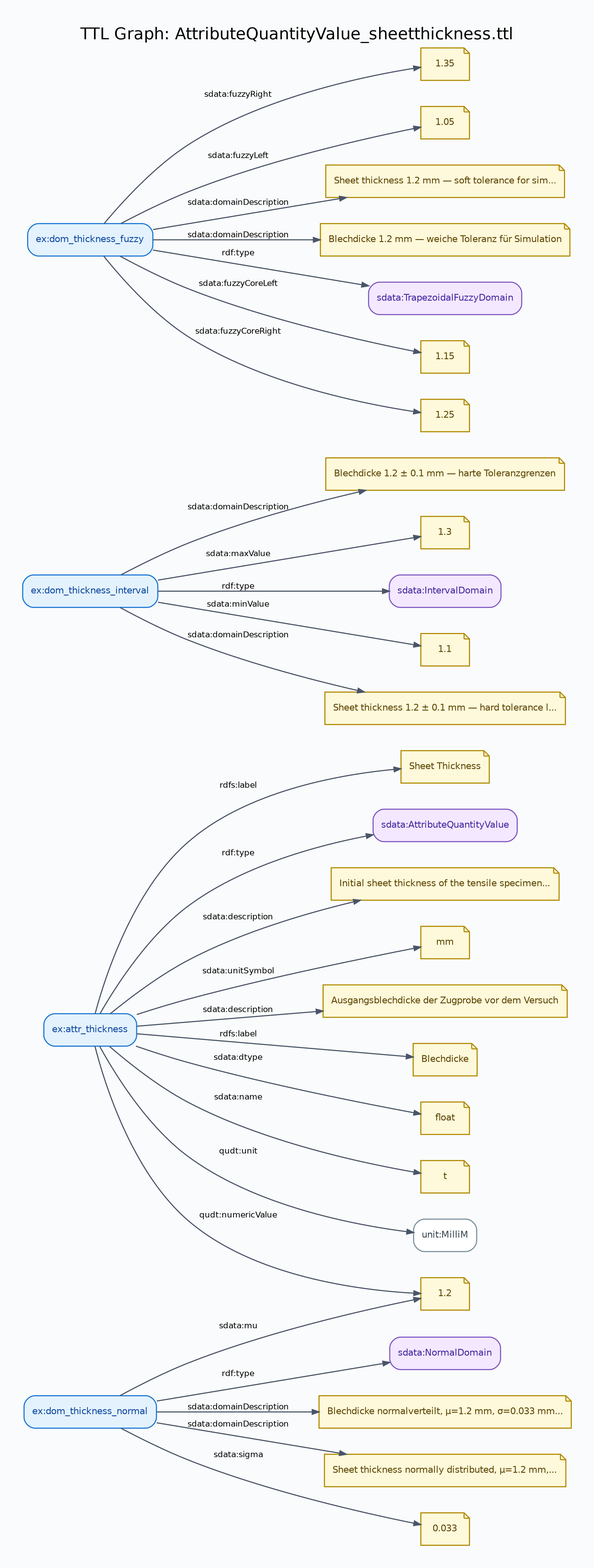
Before: docs/diagrams/AttributeQuantityValue_sheetthickness-graph.png, a diagram exported from Graphviz (lepy/sdata-ontology). Its source is kept beside it as docs/diagrams/AttributeQuantityValue_sheetthickness-graph.dot.
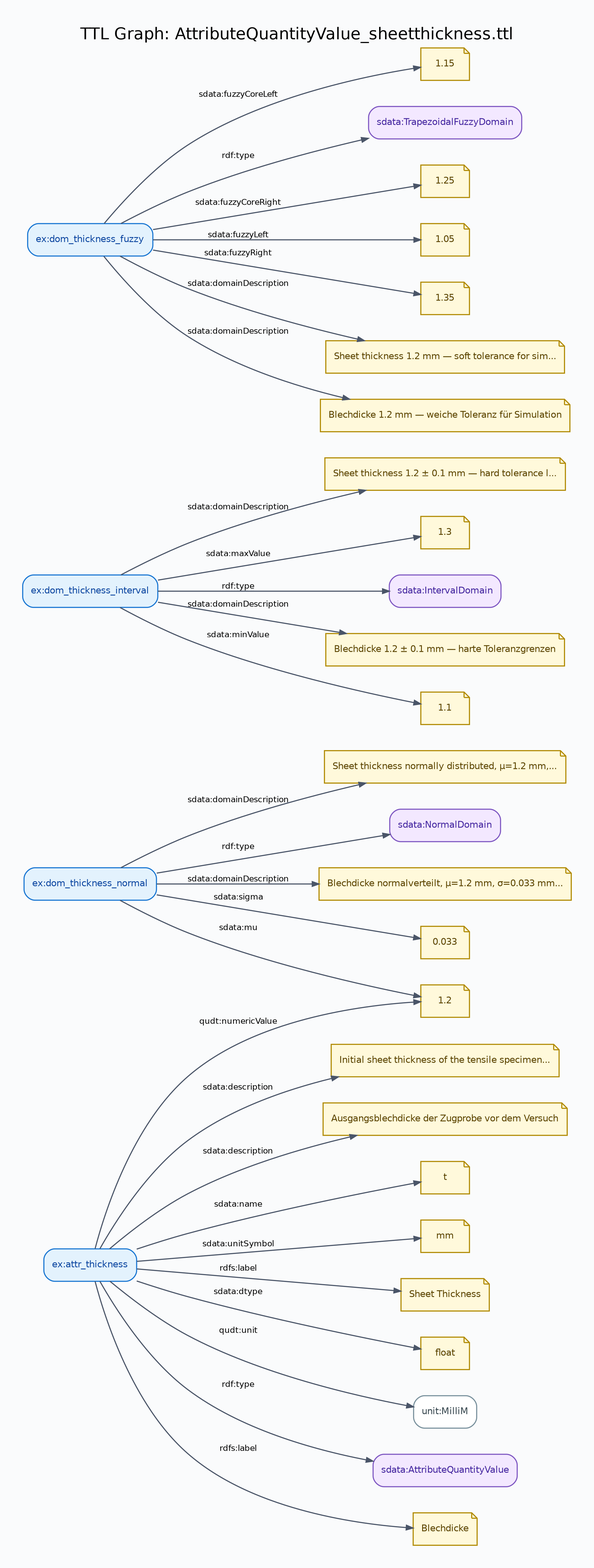
The same diagram one commit later.

What changed in the source:
```diff
@@ -26,78 +26,106 @@
 		fontsize=9,
 		penwidth=1.2
 	];
+	"uri::https://example.org/tensile-test/dom_thickness_normal"	[color="#1976D2",
+		fillcolor="#E3F2FD",
+		fontcolor="#0D47A1",
+		label="ex:dom_thickness_normal"];
+	"lit::1.2::http://www.w3.org/2001/XMLSchema#double::"	[color="#B08900",
+		fillcolor="#FFF9DB",
+		fontcolor="#5C4500",
+		label=1.2,
+		shape=note];
+	"uri::https://example.org/tensile-test/dom_thickness_normal" -> "lit::1.2::http://www.w3.org/2001/XMLSchema#double::"	[label="sdata:mu"];
+	"lit::Sheet thickness normally distributed, μ=1.2 mm, σ=0.033 mm (3σ=0.1 mm)::::en"	[color="#B08900",
+		fillcolor="#FFF9DB",
+		fontcolor="#5C4500",
+		label="Sheet thickness normally distributed, μ=1.2 mm,...",
+		shape=note];
+	"uri::https://example.org/tensile-test/dom_thickness_normal" -> "lit::Sheet thickness normally distributed, μ=1.2 mm, σ=0.033 mm (3σ=0.1 mm)::::en"	[label="sdata:domainDescription"];
+	"uri::https://w3id.org/sdata/core/NormalDomain"	[color="#7E57C2",
+		fillcolor="#F3E8FF",
+		fontcolor="#4527A0",
+		label="sdata:NormalDomain"];
+	"uri::https://example.org/tensile-test/dom_thickness_normal" -> "uri::https://w3id.org/sdata/core/NormalDomain"	[label="rdf:type"];
+	"lit::Blechdicke normalverteilt, μ=1.2 mm, σ=0.033 mm (3σ=0.1 mm)::::de"	[color="#B08900",
+		fillcolor="#FFF9DB",
+		fontcolor="#5C4500",
+		label="Blechdicke normalverteilt, μ=1.2 mm, σ=0.033 mm...",
+		shape=note];
+	"uri::https://example.org/tensile-test/dom_thickness_normal" -> "lit::Blechdicke normalverteilt, μ=1.2 mm, σ=0.033 mm (3σ=0.1 mm)::::de"	[label="sdata:domainDescription"];
+	"lit::0.033::http://www.w3.org/2001/XMLSchema#double::"	[color="#B08900",
+		fillcolor="#FFF9DB",
+		fontcolor="#5C4500",
+		label=0.033,
+		shape=note];
+	"uri::https://example.org/tensile-test/dom_thickness_normal" -> "lit::0.033::http://www.w3.org/2001/XMLSchema#double::"	[label="sdata:sigma"];
 	"uri::https://example.org/tensile-test/attr_thickness"	[color="#1976D2",
 		fillcolor="#E3F2FD",
 		fontcolor="#0D47A1",
 		label="ex:attr_thickness"];
+	"uri::https://example.org/tensile-test/attr_thickness" -> "lit::1.2::http://www.w3.org/2001/XMLSchema#double::"	[label="qudt:numericValue"];
+	"lit::float::::"	[color="#B08900",
+		fillcolor="#FFF9DB",
+		fontcolor="#5C4500",
+		label=float,
+		shape=note];
+	"uri::https://example.org/tensile-test/attr_thickness" -> "lit::float::::"	[label="sdata:dtype"];
+	"uri::http://qudt.org/vocab/unit/MilliM"	[color="#78909C",
+		fillcolor="#FFFFFF",
+		fontcolor="#37474F",
+		label="unit:MilliM"];
+	"uri::https://example.org/tensile-test/attr_thickness" -> "uri::http://qudt.org/vocab/unit/MilliM"	[label="qudt:unit"];
+	"uri::https://w3id.org/sdata/core/AttributeQuantityValue"	[color="#7E57C2",
+		fillcolor="#F3E8FF",
+		fontcolor="#4527A0",
+		label="sdata:AttributeQuantityValue"];
+	"uri::https://example.org/tensile-test/attr_thickness" -> "uri::https://w3id.org/sdata/core/AttributeQuantityValue"	[label="rdf:type"];
 	"lit::Blechdicke::::de"	[color="#B08900",
 		fillcolor="#FFF9DB",
 		fontcolor="#5C4500",
 		label=Blechdicke,
 		shape=note];
 	"uri::https://example.org/tensile-test/attr_thickness" -> "lit::Blechdicke::::de"	[label="rdfs:label"];
-	"lit::float::::"	[color="#B08900",
+	"lit::Initial sheet thickness of the tensile specimen before testing::::en"	[color="#B08900",
 		fillcolor="#FFF9DB",
 		fontcolor="#5C4500",
-		label=float,
+		label="Initial sheet thickness of the tensile specimen...",
 		shape=note];
-	"uri::https://example.org/tensile-test/attr_thickness" -> "lit::float::::"	[label="sdata:dtype"];
+	"uri::https://example.org/tensile-test/attr_thickness" -> "lit::Initial sheet thickness of the tensile specimen before testing::::en"	[label="sdata:description"];
+	"lit::Ausgangsblechdicke der Zugprobe vor dem Versuch::::de"	[color="#B08900",
+		fillcolor="#FFF9DB",
+		fontcolor="#5C4500",
+		label="Ausgangsblechdicke der Zugprobe vor dem Versuch",
+		shape=note];
+	"uri::https://example.org/tensile-test/attr_thickness" -> "lit::Ausgangsblechdicke der Zugprobe vor dem Versuch::::de"	[label="sdata:description"];
 	"lit::t::::"	[color="#B08900",
 		fillcolor="#FFF9DB",
 		fontcolor="#5C4500",
 		label=t,
 		shape=note];
 	"uri::https://example.org/tensile-test/attr_thickness" -> "lit::t::::"	[label="sdata:name"];
-	"lit::1.2::http://www.w3.org/2001/XMLSchema#double::"	[color="#B08900",
+	"lit::mm::::"	[color="#B08900",
 		fillcolor="#FFF9DB",
 		fontcolor="#5C4500",
-		label=1.2,
+		label=mm,
 		shape=note];
-	"uri::https://example.org/tensile-test/attr_thickness" -> "lit::1.2::http://www.w3.org/2001/XMLSchema#double::"	[label="qudt:numericValue"];
-	"uri::http://qudt.org/vocab/unit/MilliM"	[color="#78909C",
-		fillcolor="#FFFFFF",
-		fontcolor="#37474F",
-		label="unit:MilliM"];
-	"uri::https://example.org/tensile-test/attr_thickness" -> "uri::http://qudt.org/vocab/unit/MilliM"	[label="qudt:unit"];
+	"uri::https://example.org/tensile-test/attr_thickness" -> "lit::mm::::"	[label="sdata:unitSymbol"];
 	"lit::Sheet Thickness::::en"	[color="#B08900",
 		fillcolor="#FFF9DB",
 		fontcolor="#5C4500",
 		label="Sheet Thickness",
 		shape=note];
 	"uri::https://example.org/tensile-test/attr_thickness" -> "lit::Sheet Thickness::::en"	[label="rdfs:label"];
-	"uri::https://w3id.org/sdata/core/AttributeQuantityValue"	[color="#7E57C2",
-		fillcolor="#F3E8FF",
-		fontcolor="#4527A0",
-		label="sdata:AttributeQuantityValue"];
-	"uri::https://example.org/tensile-test/attr_thickness" -> "uri::https://w3id.org/sdata/core/AttributeQuantityValue"	[label="rdf:type"];
-	"lit::Initial sheet thickness of the tensile specimen before testing::::en"	[color="#B08900",
-		fillcolor="#FFF9DB",
-		fontcolor="#5C4500",
-		label="Initial sheet thickness of the tensile specimen...",
-		shape=note];
-	"uri::https://example.org/tensile-test/attr_thickness" -> "lit::Initial sheet thickness of the tensile specimen before testing::::en"	[label="sdata:description"];
-	"lit::mm::::"	[color="#B08900",
-		fillcolor="#FFF9DB",
-		fontcolor="#5C4500",
-		label=mm,
-		shape=note];
-	"uri::https://example.org/tensile-test/attr_thickness" -> "lit::mm::::"	[label="sdata:unitSymbol"];
-	"lit::Ausgangsblechdicke der Zugprobe vor dem Versuch::::de"	[color="#B08900",
-		fillcolor="#FFF9DB",
-		fontcolor="#5C4500",
-		label="Ausgangsblechdicke der Zugprobe vor dem Versuch",
-		shape=note];
-	"uri::https://example.org/tensile-test/attr_thickness" -> "lit::Ausgangsblechdicke der Zugprobe vor dem Versuch::::de"	[label="sdata:description"];
 	"uri::https://example.org/tensile-test/dom_thickness_interval"	[color="#1976D2",
 		fillcolor="#E3F2FD",
 		fontcolor="#0D47A1",
 		label="ex:dom_thickness_interval"];
-	"lit::Blechdicke 1.2 ± 0.1 mm — harte Toleranzgrenzen::::de"	[color="#B08900",
+	"lit::Sheet thickness 1.2 ± 0.1 mm — hard tolerance limits::::en"	[color="#B08900",
 		fillcolor="#FFF9DB",
 		fontcolor="#5C4500",
-		label="Blechdicke 1.2 ± 0.1 mm — harte Toleranzgrenzen",
+		label="Sheet thickness 1.2 ± 0.1 mm — hard tolerance l...",
 		shape=note];
-	"uri::https://example.org/tensile-test/dom_thickness_interval" -> "lit::Blechdicke 1.2 ± 0.1 mm — harte Toleranzgrenzen::::de"	[label="sdata:domainDescription"];
+	"uri::https://example.org/tensile-test/dom_thickness_interval" -> "lit::Sheet thickness 1.2 ± 0.1 mm — hard tolerance limits::::en"	[label="sdata:domainDescription"];
 	"lit::1.3::http://www.w3.org/2001/XMLSchema#double::"	[color="#B08900",
 		fillcolor="#FFF9DB",
 		fontcolor="#5C4500",
@@ -109,62 +137,51 @@
 		fontcolor="#4527A0",
 		label="sdata:IntervalDomain"];
 	"uri::https://example.org/tensile-test/dom_thickness_interval" -> "uri::https://w3id.org/sdata/core/IntervalDomain"	[label="rdf:type"];
+	"lit::Blechdicke 1.2 ± 0.1 mm — harte Toleranzgrenzen::::de"	[color="#B08900",
+		fillcolor="#FFF9DB",
+		fontcolor="#5C4500",
+		label="Blechdicke 1.2 ± 0.1 mm — harte Toleranzgrenzen",
+		shape=note];
+	"uri::https://example.org/tensile-test/dom_thickness_interval" -> "lit::Blechdicke 1.2 ± 0.1 mm — harte Toleranzgrenzen::::de"	[label="sdata:domainDescription"];
 	"lit::1.1::http://www.w3.org/2001/XMLSchema#double::"	[color="#B08900",
 		fillcolor="#FFF9DB",
 		fontcolor="#5C4500",
 		label=1.1,
 		shape=note];
 	"uri::https://example.org/tensile-test/dom_thickness_interval" -> "lit::1.1::http://www.w3.org/2001/XMLSchema#double::"	[label="sdata:minValue"];
-	"lit::Sheet thickness 1.2 ± 0.1 mm — hard tolerance limits::::en"	[color="#B08900",
-		fillcolor="#FFF9DB",
-		fontcolor="#5C4500",
-		label="Sheet thickness 1.2 ± 0.1 mm — hard tolerance l...",
-		shape=note];
-	"uri::https://example.org/tensile-test/dom_thickness_interval" -> "lit::Sheet thickness 1.2 ± 0.1 mm — hard tolerance limits::::en"	[label="sdata:domainDescription"];
-	"uri::https://example.org/tensile-test/dom_thickness_normal"	[color="#1976D2",
-		fillcolor="#E3F2FD",
-		fontcolor="#0D47A1",
-		label="ex:dom_thickness_normal"];
-	"uri::https://example.org/tensile-test/dom_thickness_normal" -> "lit::1.2::http://www.w3.org/2001/XMLSchema#double::"	[label="sdata:mu"];
-	"uri::https://w3id.org/sdata/core/NormalDomain"	[color="#7E57C2",
-		fillcolor="#F3E8FF",
-		fontcolor="#4527A0",
-		label="sdata:NormalDomain"];
-	"uri::https://example.org/tensile-test/dom_thickness_normal" -> "uri::https://w3id.org/sdata/core/NormalDomain"	[label="rdf:type"];
-	"lit::Blechdicke normalverteilt, μ=1.2 mm, σ=0.033 mm (3σ=0.1 mm)::::de"	[color="#B08900",
-		fillcolor="#FFF9DB",
-		fontcolor="#5C4500",
-		label="Blechdicke normalverteilt, μ=1.2 mm, σ=0.033 mm...",
-		shape=note];
-	"uri::https://example.org/tensile-test/dom_thickness_normal" -> "lit::Blechdicke normalverteilt, μ=1.2 mm, σ=0.033 mm (3σ=0.1 mm)::::de"	[label="sdata:domainDescription"];
-	"lit::Sheet thickness normally distributed, μ=1.2 mm, σ=0.033 mm (3σ=0.1 mm)::::en"	[color="#B08900",
-		fillcolor="#FFF9DB",
-		fontcolor="#5C4500",
-		label="Sheet thickness normally distributed, μ=1.2 mm,...",
-		shape=note];
-	"uri::https://example.org/tensile-test/dom_thickness_normal" -> "lit::Sheet thickness normally distributed, μ=1.2 mm, σ=0.033 mm (3σ=0.1 mm)::::en"	[label="sdata:domainDescription"];
-	"lit::0.033::http://www.w3.org/2001/XMLSchema#double::"	[color="#B08900",
-		fillcolor="#FFF9DB",
-		fontcolor="#5C4500",
-		label=0.033,
-		shape=note];
-	"uri::https://example.org/tensile-test/dom_thickness_normal" -> "lit::0.033::http://www.w3.org/2001/XMLSchema#double::"	[label="sdata:sigma"];
 	"uri::https://example.org/tensile-test/dom_thickness_fuzzy"	[color="#1976D2",
 		fillcolor="#E3F2FD",
 		fontcolor="#0D47A1",
 		label="ex:dom_thickness_fuzzy"];
+	"lit::1.15::http://www.w3.org/2001/XMLSchema#double::"	[color="#B08900",
+		fillcolor="#FFF9DB",
+		fontcolor="#5C4500",
+		label=1.15,
+		shape=note];
+	"uri::https://example.org/tensile-test/dom_thickness_fuzzy" -> "lit::1.15::http://www.w3.org/2001/XMLSchema#double::"	[label="sdata:fuzzyCoreLeft"];
+	"uri::https://w3id.org/sdata/core/TrapezoidalFuzzyDomain"	[color="#7E57C2",
+		fillcolor="#F3E8FF",
+		fontcolor="#4527A0",
+		label="sdata:TrapezoidalFuzzyDomain"];
+	"uri::https://example.org/tensile-test/dom_thickness_fuzzy" -> "uri::https://w3id.org/sdata/core/TrapezoidalFuzzyDomain"	[label="rdf:type"];
+	"lit::1.25::http://www.w3.org/2001/XMLSchema#double::"	[color="#B08900",
+		fillcolor="#FFF9DB",
+		fontcolor="#5C4500",
+		label=1.25,
+		shape=note];
+	"uri::https://example.org/tensile-test/dom_thickness_fuzzy" -> "lit::1.25::http://www.w3.org/2001/XMLSchema#double::"	[label="sdata:fuzzyCoreRight"];
+	"lit::1.05::http://www.w3.org/2001/XMLSchema#double::"	[color="#B08900",
+		fillcolor="#FFF9DB",
+		fontcolor="#5C4500",
+		label=1.05,
+		shape=note];
+	"uri::https://example.org/tensile-test/dom_thickness_fuzzy" -> "lit::1.05::http://www.w3.org/2001/XMLSchema#double::"	[label="sdata:fuzzyLeft"];
 	"lit::1.35::http://www.w3.org/2001/XMLSchema#double::"	[color="#B08900",
 		fillcolor="#FFF9DB",
 		fontcolor="#5C4500",
 		label=1.35,
 		shape=note];
 	"uri::https://example.org/tensile-test/dom_thickness_fuzzy" -> "lit::1.35::http://www.w3.org/2001/XMLSchema#double::"	[label="sdata:fuzzyRight"];
-	"lit::1.05::http://www.w3.org/2001/XMLSchema#double::"	[color="#B08900",
-		fillcolor="#FFF9DB",
-		fontcolor="#5C4500",
-		label=1.05,
-		shape=note];
-	"uri::https://example.org/tensile-test/dom_thickness_fuzzy" -> "lit::1.05::http://www.w3.org/2001/XMLSchema#double::"	[label="sdata:fuzzyLeft"];
 	"lit::Sheet thickness 1.2 mm — soft tolerance for simulation::::en"	[color="#B08900",
 		fillcolor="#FFF9DB",
 		fontcolor="#5C4500",
@@ -177,21 +194,4 @@
 		label="Blechdicke 1.2 mm — weiche Toleranz für Simulation",
 		shape=note];
 	"uri::https://example.org/tensile-test/dom_thickness_fuzzy" -> "lit::Blechdicke 1.2 mm — weiche Toleranz für Simulation::::de"	[label="sdata:domainDescription"];
-	"uri::https://w3id.org/sdata/core/TrapezoidalFuzzyDomain"	[color="#7E57C2",
-		fillcolor="#F3E8FF",
-		fontcolor="#4527A0",
-		label="sdata:TrapezoidalFuzzyDomain"];
-	"uri::https://example.org/tensile-test/dom_thickness_fuzzy" -> "uri::https://w3id.org/sdata/core/TrapezoidalFuzzyDomain"	[label="rdf:type"];
-	"lit::1.15::http://www.w3.org/2001/XMLSchema#double::"	[color="#B08900",
-		fillcolor="#FFF9DB",
-		fontcolor="#5C4500",
-		label=1.15,
-		shape=note];
-	"uri::https://example.org/tensile-test/dom_thickness_fuzzy" -> "lit::1.15::http://www.w3.org/2001/XMLSchema#double::"	[label="sdata:fuzzyCoreLeft"];
-	"lit::1.25::http://www.w3.org/2001/XMLSchema#double::"	[color="#B08900",
-		fillcolor="#FFF9DB",
-		fontcolor="#5C4500",
-		label=1.25,
-		shape=note];
-	"uri::https://example.org/tensile-test/dom_thickness_fuzzy" -> "lit::1.25::http://www.w3.org/2001/XMLSchema#double::"	[label="sdata:fuzzyCoreRight"];
 }
```
